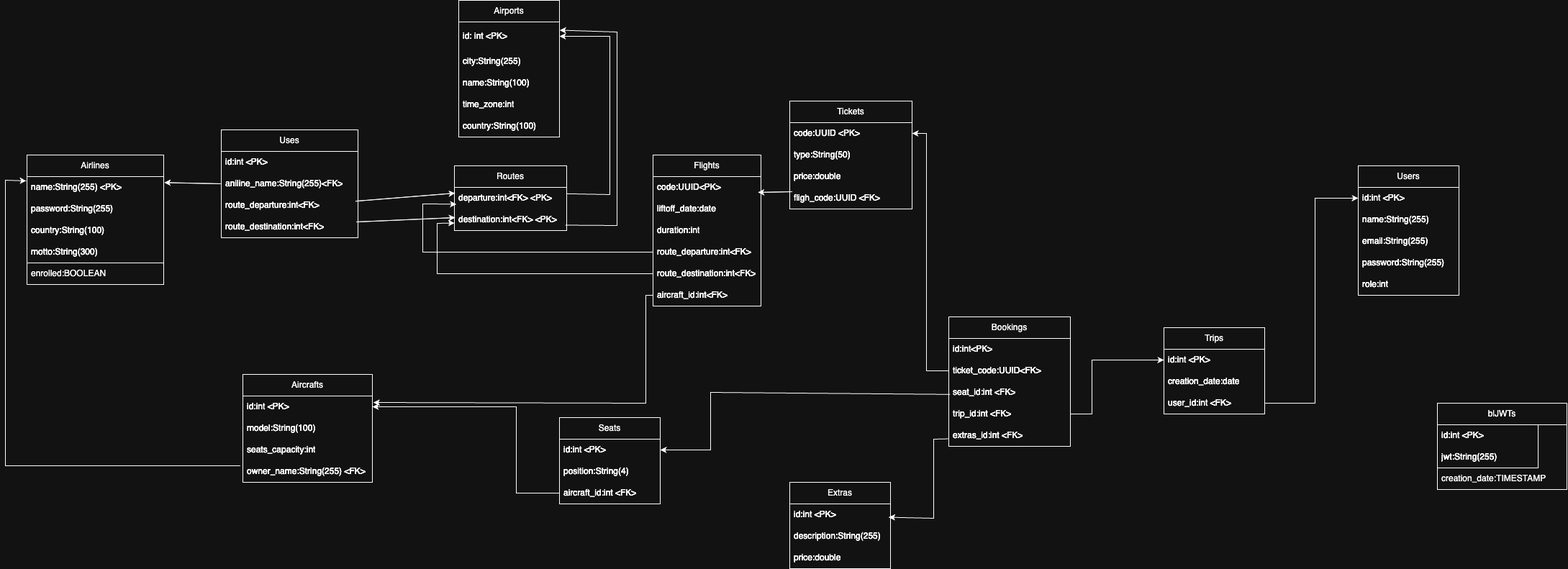
Above: backend/database/TAWdb.drawio.png in CunioloRaffaele/TAW (draw.io), before the change. Source tidied: cells renumbered, new cells last; positions are measured from the earlier drawing's top-left corner, leaving out a move shared by most shapes.
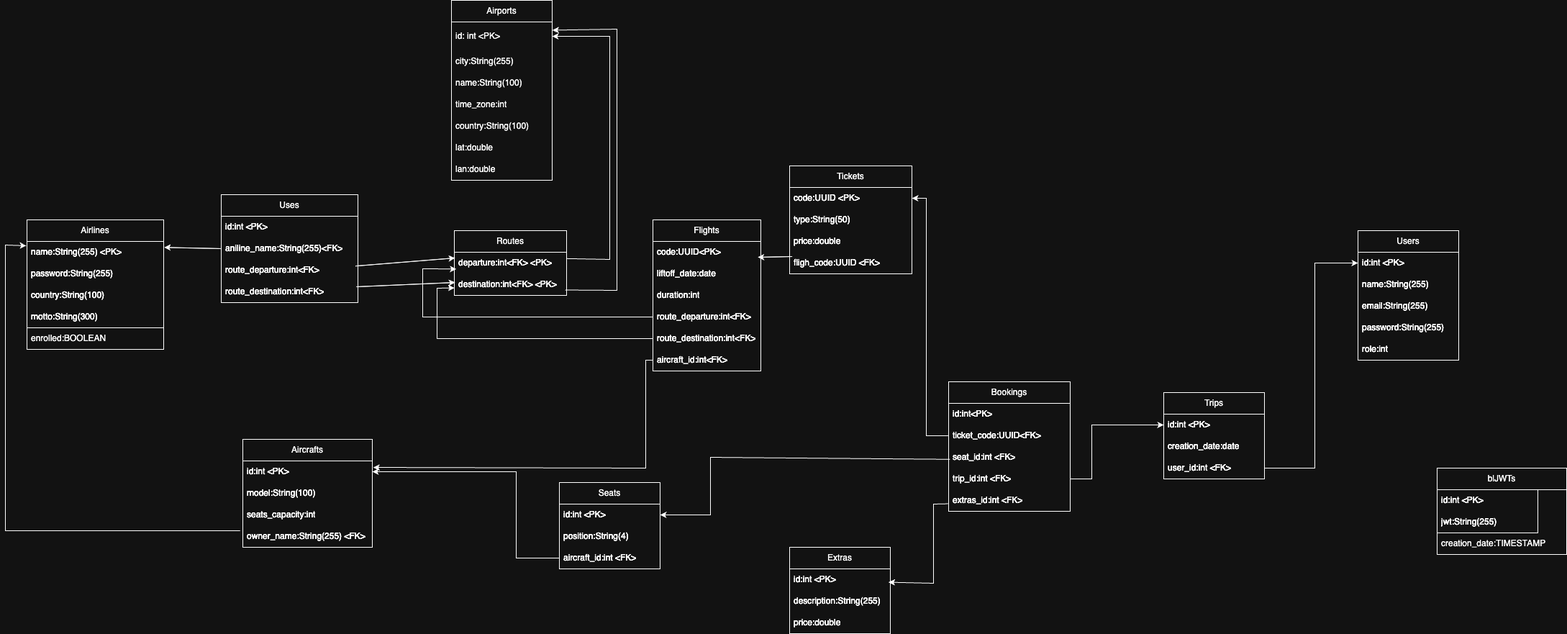
After the commit.

Commit message:
syncronized the db file and picture according to last change made by Cuniolo

What changed in the source:
```diff
@@ -59,24 +59,6 @@
     <mxCell id="20" value="fligh_code:UUID &amp;lt;FK&amp;gt;" style="text;strokeColor=none;fillColor=none;align=left;verticalAlign=middle;spacingLeft=4;spacingRight=4;overflow=hidden;points=[[0,0.5],[1,0.5]];portConstraint=eastwest;whiteSpace=wrap;html=1;" parent="16" vertex="1">
       <mxGeometry y="120" width="170" height="30" as="geometry" />
     </mxCell>
-    <mxCell id="21" value="Airports" style="swimlane;fontStyle=0;horizontal=1;startSize=30;whiteSpace=wrap;html=1;" parent="1" vertex="1">
-      <mxGeometry x="630" width="140" height="190" as="geometry" />
-    </mxCell>
-    <mxCell id="22" value="id: int &amp;lt;PK&amp;gt;" style="text;strokeColor=none;fillColor=none;align=left;verticalAlign=middle;spacingLeft=4;spacingRight=4;overflow=hidden;points=[[0,0.5],[1,0.5]];portConstraint=eastwest;whiteSpace=wrap;html=1;" parent="21" vertex="1">
-      <mxGeometry y="30" width="140" height="40" as="geometry" />
-    </mxCell>
-    <mxCell id="23" value="city:String(255)" style="text;strokeColor=none;fillColor=none;align=left;verticalAlign=middle;spacingLeft=4;spacingRight=4;overflow=hidden;whiteSpace=wrap;html=1;" parent="21" vertex="1">
-      <mxGeometry y="70" width="140" height="30" as="geometry" />
-    </mxCell>
-    <mxCell id="24" value="name:String(100)" style="text;strokeColor=none;fillColor=none;align=left;verticalAlign=middle;spacingLeft=4;spacingRight=4;overflow=hidden;whiteSpace=wrap;html=1;" parent="21" vertex="1">
-      <mxGeometry y="100" width="140" height="30" as="geometry" />
-    </mxCell>
-    <mxCell id="25" value="time_zone:int" style="text;strokeColor=none;fillColor=none;align=left;verticalAlign=middle;spacingLeft=4;spacingRight=4;overflow=hidden;whiteSpace=wrap;html=1;" parent="21" vertex="1">
-      <mxGeometry y="130" width="140" height="30" as="geometry" />
-    </mxCell>
-    <mxCell id="26" value="country:String(100)" style="text;strokeColor=none;fillColor=none;align=left;verticalAlign=middle;spacingLeft=4;spacingRight=4;overflow=hidden;whiteSpace=wrap;html=1;" parent="21" vertex="1">
-      <mxGeometry y="160" width="140" height="30" as="geometry" />
-    </mxCell>
     <mxCell id="27" value="Flights" style="swimlane;fontStyle=0;horizontal=1;startSize=30;whiteSpace=wrap;html=1;" parent="1" vertex="1">
       <mxGeometry x="900" y="215" width="150" height="210" as="geometry" />
     </mxCell>
@@ -149,22 +131,6 @@
     <mxCell id="50" value="owner_name:String(255) &amp;lt;FK&amp;gt;" style="text;strokeColor=none;fillColor=none;align=left;verticalAlign=middle;spacingLeft=4;spacingRight=4;overflow=hidden;points=[[0,0.5],[1,0.5]];portConstraint=eastwest;whiteSpace=wrap;html=1;" parent="46" vertex="1">
       <mxGeometry y="120" width="180" height="30" as="geometry" />
     </mxCell>
-    <mxCell id="51" style="endArrow=classic;html=1;rounded=0;exitX=1;exitY=0.295;exitDx=0;exitDy=0;exitPerimeter=0;entryX=1;entryY=0.5;entryDx=0;entryDy=0;" parent="1" edge="1" source="8" target="22">
-      <mxGeometry relative="1" as="geometry">
-        <Array as="points">
-          <mxPoint x="840" y="270" />
-          <mxPoint x="840" y="50" />
-        </Array>
-      </mxGeometry>
-    </mxCell>
-    <mxCell id="52" style="endArrow=classic;html=1;rounded=0;entryX=1.002;entryY=0.286;entryDx=0;entryDy=0;entryPerimeter=0;exitX=0.989;exitY=0.75;exitDx=0;exitDy=0;exitPerimeter=0;" parent="1" edge="1" source="9" target="22">
-      <mxGeometry relative="1" as="geometry">
-        <Array as="points">
-          <mxPoint x="850" y="313" />
-          <mxPoint x="850" y="44" />
-        </Array>
-      </mxGeometry>
-    </mxCell>
     <mxCell id="53" style="endArrow=classic;html=1;rounded=0;exitX=-0.021;exitY=0.233;exitDx=0;exitDy=0;entryX=-0.005;entryY=0.2;entryDx=0;entryDy=0;exitPerimeter=0;entryPerimeter=0;" parent="1" edge="1" source="50" target="3">
       <mxGeometry relative="1" as="geometry">
         <Array as="points">
@@ -362,7 +328,7 @@
       <mxGeometry y="120" width="170" height="30" as="geometry" />
     </mxCell>
     <mxCell id="101" value="Airports" style="swimlane;fontStyle=0;horizontal=1;startSize=30;whiteSpace=wrap;html=1;" parent="1" vertex="1">
-      <mxGeometry x="630" width="140" height="190" as="geometry" />
+      <mxGeometry x="620" y="-90" width="140" height="250" as="geometry" />
     </mxCell>
     <mxCell id="102" value="id: int &amp;lt;PK&amp;gt;" style="text;strokeColor=none;fillColor=none;align=left;verticalAlign=middle;spacingLeft=4;spacingRight=4;overflow=hidden;points=[[0,0.5],[1,0.5]];portConstraint=eastwest;whiteSpace=wrap;html=1;" parent="101" vertex="1">
       <mxGeometry y="30" width="140" height="40" as="geometry" />
@@ -379,6 +345,12 @@
     <mxCell id="106" value="country:String(100)" style="text;strokeColor=none;fillColor=none;align=left;verticalAlign=middle;spacingLeft=4;spacingRight=4;overflow=hidden;whiteSpace=wrap;html=1;" parent="101" vertex="1">
       <mxGeometry y="160" width="140" height="30" as="geometry" />
     </mxCell>
+    <mxCell id="162" value="lat:double" style="text;strokeColor=none;fillColor=none;align=left;verticalAlign=middle;spacingLeft=4;spacingRight=4;overflow=hidden;whiteSpace=wrap;html=1;" parent="101" vertex="1">
+      <mxGeometry y="190" width="140" height="30" as="geometry" />
+    </mxCell>
+    <mxCell id="163" value="lan:double" style="text;strokeColor=none;fillColor=none;align=left;verticalAlign=middle;spacingLeft=4;spacingRight=4;overflow=hidden;whiteSpace=wrap;html=1;" parent="101" vertex="1">
+      <mxGeometry y="220" width="140" height="30" as="geometry" />
+    </mxCell>
     <mxCell id="107" value="Flights" style="swimlane;fontStyle=0;horizontal=1;startSize=30;whiteSpace=wrap;html=1;" parent="1" vertex="1">
       <mxGeometry x="900" y="215" width="150" height="210" as="geometry" />
     </mxCell>
@@ -455,7 +427,7 @@
       <mxGeometry relative="1" as="geometry">
         <Array as="points">
           <mxPoint x="840" y="270" />
-          <mxPoint x="840" y="50" />
+          <mxPoint x="840" y="-40" />
         </Array>
       </mxGeometry>
     </mxCell>
@@ -463,7 +435,7 @@
       <mxGeometry relative="1" as="geometry">
         <Array as="points">
           <mxPoint x="850" y="313" />
-          <mxPoint x="850" y="44" />
+          <mxPoint x="850" y="-50" />
         </Array>
       </mxGeometry>
     </mxCell>
```
